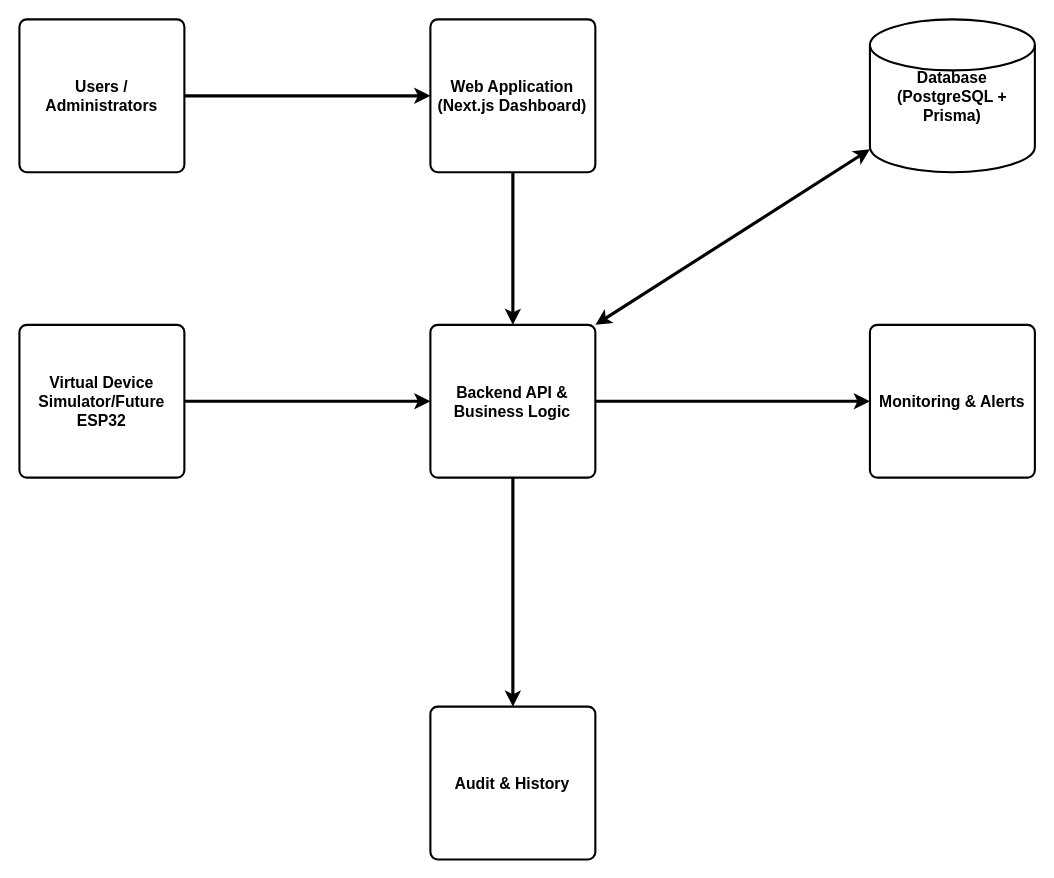
The draw.io diagram docs/Flowchart.drawio in Komorb1/SEAS, before the edit. Source tidied: cells renumbered, new cells numbered last; positions are measured from the earlier drawing's top-left corner, leaving out a move shared by most shapes. Both pictures are drawn from the tidied source at 105%, with x=0, y=0 at pixel (19, 19).
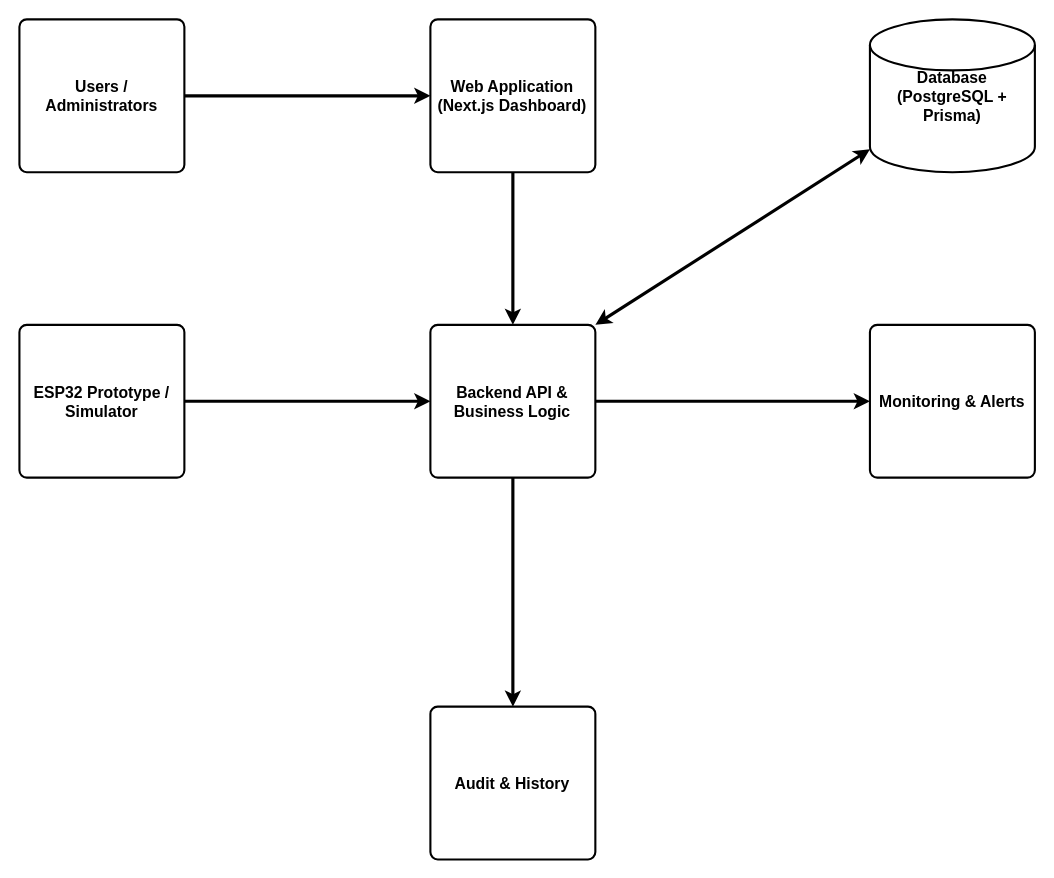
After the change.

The edit, as a diff of the source:
```diff
@@
 <mxGraphModel>
   <root>
     <mxCell id="0" />
     <mxCell id="1" parent="0" />
     <mxCell id="2" style="group;" parent="1" vertex="1">
       <mxGeometry width="967.1" height="800" as="geometry" />
     </mxCell>
     <mxCell id="3" style="rounded=0;jettySize=auto;html=1;entryX=0;entryY=0.5;entryDx=0;entryDy=0;exitX=1;exitY=0.5;exitDx=0;exitDy=0;strokeColor=default;curved=0;strokeWidth=3;fontSize=15;fontStyle=1;verticalAlign=middle;" parent="2" edge="1" source="4" target="5">
       <mxGeometry relative="1" as="geometry" />
     </mxCell>
     <mxCell id="4" value="&lt;font&gt;&lt;span&gt;Users / Administrators&lt;/span&gt;&lt;/font&gt;" style="rounded=1;whiteSpace=wrap;html=1;absoluteArcSize=1;arcSize=14;strokeWidth=2;fontSize=15;fontStyle=1;verticalAlign=middle;fillColor=none;perimeterSpacing=0;" parent="2" vertex="1">
       <mxGeometry width="157.1" height="145.5" as="geometry" />
     </mxCell>
     <mxCell id="5" value="&lt;font&gt;&lt;span&gt;Web Application (Next.js Dashboard)&lt;/span&gt;&lt;/font&gt;" style="rounded=1;whiteSpace=wrap;html=1;absoluteArcSize=1;arcSize=14;strokeWidth=2;fontSize=15;fontStyle=1;verticalAlign=middle;fillColor=none;perimeterSpacing=0;" parent="2" vertex="1">
       <mxGeometry x="391.4" width="157.1" height="145.5" as="geometry" />
     </mxCell>
-    <mxCell id="6" value="&lt;font&gt;&lt;span&gt;Virtual Device Simulator/Future ESP32&lt;/span&gt;&lt;/font&gt;" style="rounded=1;whiteSpace=wrap;html=1;absoluteArcSize=1;arcSize=14;strokeWidth=2;fontSize=15;fontStyle=1;verticalAlign=middle;fillColor=none;perimeterSpacing=0;" parent="2" vertex="1">
+    <mxCell id="6" value="ESP32 Prototype / Simulator" style="rounded=1;whiteSpace=wrap;html=1;absoluteArcSize=1;arcSize=14;strokeWidth=2;fontSize=15;fontStyle=1;verticalAlign=middle;fillColor=none;perimeterSpacing=0;" parent="2" vertex="1">
       <mxGeometry y="290.9" width="157.1" height="145.5" as="geometry" />
     </mxCell>
     <mxCell id="7" value="&lt;font&gt;&lt;span&gt;Backend API &amp;amp; Business Logic&lt;/span&gt;&lt;/font&gt;" style="rounded=1;whiteSpace=wrap;html=1;absoluteArcSize=1;arcSize=14;strokeWidth=2;fontSize=15;fontStyle=1;verticalAlign=middle;fillColor=none;perimeterSpacing=0;" parent="2" vertex="1">
       <mxGeometry x="391.4" y="290.9" width="157.1" height="145.5" as="geometry" />
     </mxCell>
     <mxCell id="8" value="&lt;font&gt;&lt;span&gt;Audit &amp;amp; History&lt;/span&gt;&lt;/font&gt;" style="rounded=1;whiteSpace=wrap;html=1;absoluteArcSize=1;arcSize=14;strokeWidth=2;fontSize=15;fontStyle=1;verticalAlign=middle;fillColor=none;perimeterSpacing=0;" parent="2" vertex="1">
       <mxGeometry x="391.4" y="654.5" width="157.1" height="145.5" as="geometry" />
     </mxCell>
     <mxCell id="9" value="&lt;font&gt;&lt;span&gt;Monitoring &amp;amp; Alerts&lt;/span&gt;&lt;/font&gt;" style="rounded=1;whiteSpace=wrap;html=1;absoluteArcSize=1;arcSize=14;strokeWidth=2;fontSize=15;fontStyle=1;verticalAlign=middle;fillColor=none;perimeterSpacing=0;" parent="2" vertex="1">
       <mxGeometry x="810" y="290.9" width="157.1" height="145.5" as="geometry" />
     </mxCell>
     <mxCell id="10" value="&lt;font&gt;&lt;span&gt;Database (PostgreSQL + Prisma)&lt;/span&gt;&lt;/font&gt;" style="strokeWidth=2;html=1;shape=mxgraph.flowchart.database;whiteSpace=wrap;fontSize=15;fontStyle=1;verticalAlign=middle;fillColor=none;perimeterSpacing=0;" parent="2" vertex="1">
       <mxGeometry x="810" width="157.1" height="145.5" as="geometry" />
     </mxCell>
     <mxCell id="11" style="rounded=0;jettySize=auto;html=1;entryX=0.5;entryY=0;entryDx=0;entryDy=0;exitX=0.5;exitY=1;exitDx=0;exitDy=0;strokeColor=default;curved=0;strokeWidth=3;fontSize=15;fontStyle=1;verticalAlign=middle;" parent="2" edge="1" source="5" target="7">
       <mxGeometry relative="1" as="geometry" />
     </mxCell>
     <mxCell id="12" style="rounded=0;jettySize=auto;html=1;entryX=0;entryY=0.5;entryDx=0;entryDy=0;exitX=1;exitY=0.5;exitDx=0;exitDy=0;strokeColor=default;curved=0;strokeWidth=3;fontSize=15;fontStyle=1;verticalAlign=middle;" parent="2" edge="1" source="6" target="7">
       <mxGeometry relative="1" as="geometry" />
     </mxCell>
     <mxCell id="13" style="rounded=0;jettySize=auto;html=1;entryX=0;entryY=0.5;entryDx=0;entryDy=0;exitX=1;exitY=0.5;exitDx=0;exitDy=0;strokeColor=default;curved=0;strokeWidth=3;fontSize=15;fontStyle=1;verticalAlign=middle;" parent="2" edge="1" source="7" target="9">
       <mxGeometry relative="1" as="geometry" />
     </mxCell>
     <mxCell id="14" style="rounded=0;jettySize=auto;html=1;entryX=0.5;entryY=0;entryDx=0;entryDy=0;exitX=0.5;exitY=1;exitDx=0;exitDy=0;strokeColor=default;curved=0;strokeWidth=3;fontSize=15;fontStyle=1;verticalAlign=middle;" parent="2" edge="1" source="7" target="8">
       <mxGeometry relative="1" as="geometry" />
     </mxCell>
     <mxCell id="15" style="rounded=0;jettySize=auto;html=1;entryX=1;entryY=0;entryDx=0;entryDy=0;exitX=0;exitY=0.85;exitDx=0;exitDy=0;strokeColor=default;curved=0;strokeWidth=3;exitPerimeter=0;startArrow=classic;startFill=1;fontSize=15;fontStyle=1;verticalAlign=middle;" parent="2" edge="1" source="10" target="7">
       <mxGeometry relative="1" as="geometry" />
     </mxCell>
   </root>
 </mxGraphModel>
```
